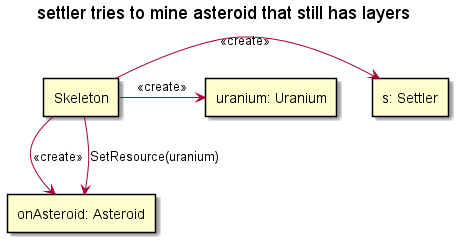
Above: uml/plantuml/out/settler tries to mine asteroid that still has layers/settler tries to mine asteroid that still has layers init/settler tries to mine asteroid that still has layers.png in triszt4n/projlab_holy_oil (PlantUML), before the change. Source of this version:
```plantuml
@startuml

skinparam SequenceLifeLineBackgroundColor LightYellow

title "settler tries to mine asteroid that still has layers"

rectangle "s: Settler" as settler
rectangle "onAsteroid: Asteroid" as onAsteroid
rectangle "uranium: Uranium" as uranium
rectangle "Skeleton" as skeleton

skeleton->settler : <<create>>
skeleton->onAsteroid: <<create>>
skeleton->uranium: <<create>>

skeleton-down->onAsteroid: SetResource(uranium)


@enduml
```
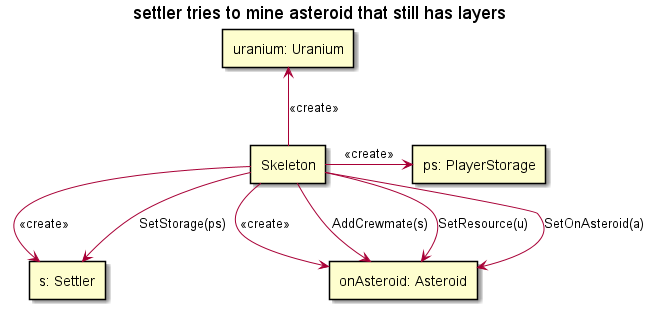
After the change.

What changed in the source:
```diff
@@ -8,12 +8,17 @@
 rectangle "onAsteroid: Asteroid" as onAsteroid
 rectangle "uranium: Uranium" as uranium
 rectangle "Skeleton" as skeleton
+rectangle "ps: PlayerStorage" as storage
 
 skeleton->settler : <<create>>
 skeleton->onAsteroid: <<create>>
-skeleton->uranium: <<create>>
+skeleton-up->uranium: <<create>>
+skeleton->storage: <<create>>
 
-skeleton-down->onAsteroid: SetResource(uranium)
+skeleton-down->onAsteroid: SetResource(u)
+skeleton->onAsteroid: AddCrewmate(s)
+skeleton-down->onAsteroid: SetOnAsteroid(a)
+skeleton-up->settler: SetStorage(ps)
 
 
 @enduml
```
